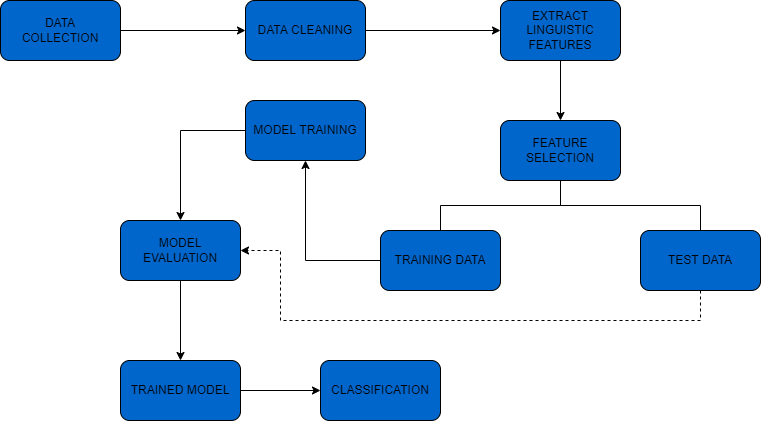
This is workflowfnd.png from Hemavardhini77/testing, a draw.io export, as it was before one commit. Source tidied: cells renumbered, new cells last; positions are measured from the earlier drawing's top-left corner, leaving out a move shared by most shapes. Source of this version:
```xml
<mxGraphModel>
  <root>
    <mxCell id="0" />
    <mxCell id="1" parent="0" />
    <mxCell id="2" style="edgeStyle=orthogonalEdgeStyle;rounded=0;jettySize=auto;html=1;exitX=1;exitY=0.5;exitDx=0;exitDy=0;entryX=0;entryY=0.5;entryDx=0;entryDy=0;endArrow=classic;endFill=1;" parent="1" edge="1" source="3" target="5">
      <mxGeometry relative="1" as="geometry" />
    </mxCell>
    <mxCell id="3" value="DATA&lt;br&gt;COLLECTION" style="rounded=1;whiteSpace=wrap;html=1;fillColor=#0066CC;" parent="1" vertex="1">
      <mxGeometry width="120" height="60" as="geometry" />
    </mxCell>
    <mxCell id="4" style="edgeStyle=orthogonalEdgeStyle;rounded=0;jettySize=auto;html=1;exitX=1;exitY=0.5;exitDx=0;exitDy=0;entryX=0;entryY=0.5;entryDx=0;entryDy=0;endArrow=classic;endFill=1;" parent="1" edge="1" source="5" target="7">
      <mxGeometry relative="1" as="geometry" />
    </mxCell>
    <mxCell id="5" value="DATA CLEANING" style="rounded=1;whiteSpace=wrap;html=1;fillColor=#0066CC;" parent="1" vertex="1">
      <mxGeometry x="245" width="120" height="60" as="geometry" />
    </mxCell>
    <mxCell id="6" style="edgeStyle=orthogonalEdgeStyle;rounded=0;jettySize=auto;html=1;exitX=0.5;exitY=1;exitDx=0;exitDy=0;entryX=0.5;entryY=0;entryDx=0;entryDy=0;endArrow=classic;endFill=1;" parent="1" edge="1" source="7" target="9">
      <mxGeometry relative="1" as="geometry" />
    </mxCell>
    <mxCell id="7" value="EXTRACT&lt;br&gt;LINGUISTIC&lt;br&gt;FEATURES" style="rounded=1;whiteSpace=wrap;html=1;fillColor=#0066CC;" parent="1" vertex="1">
      <mxGeometry x="500" width="120" height="60" as="geometry" />
    </mxCell>
    <mxCell id="8" style="edgeStyle=orthogonalEdgeStyle;rounded=0;jettySize=auto;html=1;endArrow=none;endFill=0;" parent="1" edge="1" source="9" target="11">
      <mxGeometry relative="1" as="geometry" />
    </mxCell>
    <mxCell id="9" value="FEATURE&lt;br&gt;SELECTION" style="rounded=1;whiteSpace=wrap;html=1;fillColor=#0066CC;" parent="1" vertex="1">
      <mxGeometry x="500" y="120" width="120" height="60" as="geometry" />
    </mxCell>
    <mxCell id="10" style="edgeStyle=orthogonalEdgeStyle;rounded=0;jettySize=auto;html=1;endArrow=classic;endFill=1;" parent="1" edge="1" source="11" target="16">
      <mxGeometry relative="1" as="geometry" />
    </mxCell>
    <mxCell id="11" value="TRAINING DATA" style="whiteSpace=wrap;html=1;rounded=1;fillColor=#0066CC;" parent="1" vertex="1">
      <mxGeometry x="380" y="230" width="120" height="60" as="geometry" />
    </mxCell>
    <mxCell id="12" style="edgeStyle=orthogonalEdgeStyle;rounded=0;jettySize=auto;html=1;exitX=0.5;exitY=0;exitDx=0;exitDy=0;entryX=0.5;entryY=1;entryDx=0;entryDy=0;endArrow=none;endFill=0;" parent="1" edge="1" source="14" target="9">
      <mxGeometry relative="1" as="geometry" />
    </mxCell>
    <mxCell id="13" style="edgeStyle=orthogonalEdgeStyle;rounded=0;jettySize=auto;html=1;endArrow=classic;endFill=1;dashed=1;" parent="1" edge="1" source="14">
      <mxGeometry relative="1" as="geometry">
        <mxPoint x="240" y="250" as="targetPoint" />
        <Array as="points">
          <mxPoint x="700" y="320" />
          <mxPoint x="280" y="320" />
          <mxPoint x="280" y="250" />
        </Array>
      </mxGeometry>
    </mxCell>
    <mxCell id="14" value="TEST DATA" style="rounded=1;whiteSpace=wrap;html=1;fillColor=#0066CC;" parent="1" vertex="1">
      <mxGeometry x="640" y="230" width="120" height="60" as="geometry" />
    </mxCell>
    <mxCell id="15" style="edgeStyle=orthogonalEdgeStyle;rounded=0;jettySize=auto;html=1;endArrow=classic;endFill=1;" parent="1" edge="1" source="16" target="18">
      <mxGeometry relative="1" as="geometry" />
    </mxCell>
    <mxCell id="16" value="MODEL TRAINING" style="whiteSpace=wrap;html=1;rounded=1;fillColor=#0066CC;" parent="1" vertex="1">
      <mxGeometry x="245" y="100" width="120" height="60" as="geometry" />
    </mxCell>
    <mxCell id="17" style="edgeStyle=orthogonalEdgeStyle;rounded=0;jettySize=auto;html=1;endArrow=classic;endFill=1;" parent="1" edge="1" source="18" target="20">
      <mxGeometry relative="1" as="geometry" />
    </mxCell>
    <mxCell id="18" value="MODEL EVALUATION" style="whiteSpace=wrap;html=1;rounded=1;fillColor=#0066CC;" parent="1" vertex="1">
      <mxGeometry x="120" y="220" width="120" height="60" as="geometry" />
    </mxCell>
    <mxCell id="19" style="edgeStyle=orthogonalEdgeStyle;rounded=0;jettySize=auto;html=1;endArrow=classic;endFill=1;" parent="1" edge="1" source="20" target="21">
      <mxGeometry relative="1" as="geometry" />
    </mxCell>
    <mxCell id="20" value="TRAINED MODEL" style="whiteSpace=wrap;html=1;rounded=1;fillColor=#0066CC;" parent="1" vertex="1">
      <mxGeometry x="120" y="360" width="120" height="60" as="geometry" />
    </mxCell>
    <mxCell id="21" value="CLASSIFICATION" style="whiteSpace=wrap;html=1;rounded=1;fillColor=#0066CC;" parent="1" vertex="1">
      <mxGeometry x="320" y="360" width="120" height="60" as="geometry" />
    </mxCell>
  </root>
</mxGraphModel>
```
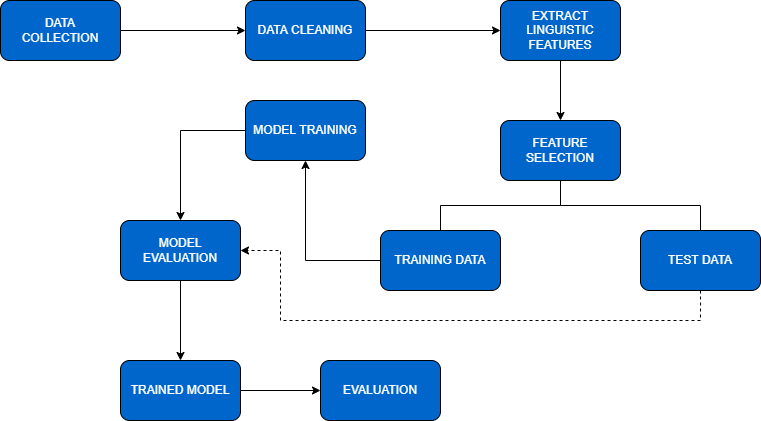
The same file after the commit.

The edit, as a diff of the source:
```diff
@@ -5,31 +5,31 @@
     <mxCell id="2" style="edgeStyle=orthogonalEdgeStyle;rounded=0;jettySize=auto;html=1;exitX=1;exitY=0.5;exitDx=0;exitDy=0;entryX=0;entryY=0.5;entryDx=0;entryDy=0;endArrow=classic;endFill=1;" parent="1" edge="1" source="3" target="5">
       <mxGeometry relative="1" as="geometry" />
     </mxCell>
-    <mxCell id="3" value="DATA&lt;br&gt;COLLECTION" style="rounded=1;whiteSpace=wrap;html=1;fillColor=#0066CC;" parent="1" vertex="1">
+    <mxCell id="3" value="DATA&lt;br&gt;COLLECTION" style="rounded=1;whiteSpace=wrap;html=1;fillColor=#0066CC;fontColor=#FFFFFF;" parent="1" vertex="1">
       <mxGeometry width="120" height="60" as="geometry" />
     </mxCell>
     <mxCell id="4" style="edgeStyle=orthogonalEdgeStyle;rounded=0;jettySize=auto;html=1;exitX=1;exitY=0.5;exitDx=0;exitDy=0;entryX=0;entryY=0.5;entryDx=0;entryDy=0;endArrow=classic;endFill=1;" parent="1" edge="1" source="5" target="7">
       <mxGeometry relative="1" as="geometry" />
     </mxCell>
-    <mxCell id="5" value="DATA CLEANING" style="rounded=1;whiteSpace=wrap;html=1;fillColor=#0066CC;" parent="1" vertex="1">
+    <mxCell id="5" value="DATA CLEANING" style="rounded=1;whiteSpace=wrap;html=1;fillColor=#0066CC;fontColor=#FFFFFF;" parent="1" vertex="1">
       <mxGeometry x="245" width="120" height="60" as="geometry" />
     </mxCell>
     <mxCell id="6" style="edgeStyle=orthogonalEdgeStyle;rounded=0;jettySize=auto;html=1;exitX=0.5;exitY=1;exitDx=0;exitDy=0;entryX=0.5;entryY=0;entryDx=0;entryDy=0;endArrow=classic;endFill=1;" parent="1" edge="1" source="7" target="9">
       <mxGeometry relative="1" as="geometry" />
     </mxCell>
-    <mxCell id="7" value="EXTRACT&lt;br&gt;LINGUISTIC&lt;br&gt;FEATURES" style="rounded=1;whiteSpace=wrap;html=1;fillColor=#0066CC;" parent="1" vertex="1">
+    <mxCell id="7" value="EXTRACT&lt;br&gt;LINGUISTIC&lt;br&gt;FEATURES" style="rounded=1;whiteSpace=wrap;html=1;fillColor=#0066CC;fontColor=#FFFFFF;" parent="1" vertex="1">
       <mxGeometry x="500" width="120" height="60" as="geometry" />
     </mxCell>
     <mxCell id="8" style="edgeStyle=orthogonalEdgeStyle;rounded=0;jettySize=auto;html=1;endArrow=none;endFill=0;" parent="1" edge="1" source="9" target="11">
       <mxGeometry relative="1" as="geometry" />
     </mxCell>
-    <mxCell id="9" value="FEATURE&lt;br&gt;SELECTION" style="rounded=1;whiteSpace=wrap;html=1;fillColor=#0066CC;" parent="1" vertex="1">
+    <mxCell id="9" value="FEATURE&lt;br&gt;SELECTION" style="rounded=1;whiteSpace=wrap;html=1;fillColor=#0066CC;fontColor=#FFFFFF;" parent="1" vertex="1">
       <mxGeometry x="500" y="120" width="120" height="60" as="geometry" />
     </mxCell>
     <mxCell id="10" style="edgeStyle=orthogonalEdgeStyle;rounded=0;jettySize=auto;html=1;endArrow=classic;endFill=1;" parent="1" edge="1" source="11" target="16">
       <mxGeometry relative="1" as="geometry" />
     </mxCell>
-    <mxCell id="11" value="TRAINING DATA" style="whiteSpace=wrap;html=1;rounded=1;fillColor=#0066CC;" parent="1" vertex="1">
+    <mxCell id="11" value="TRAINING DATA" style="whiteSpace=wrap;html=1;rounded=1;fillColor=#0066CC;fontColor=#FFFFFF;" parent="1" vertex="1">
       <mxGeometry x="380" y="230" width="120" height="60" as="geometry" />
     </mxCell>
     <mxCell id="12" style="edgeStyle=orthogonalEdgeStyle;rounded=0;jettySize=auto;html=1;exitX=0.5;exitY=0;exitDx=0;exitDy=0;entryX=0.5;entryY=1;entryDx=0;entryDy=0;endArrow=none;endFill=0;" parent="1" edge="1" source="14" target="9">
@@ -45,28 +45,28 @@
         </Array>
       </mxGeometry>
     </mxCell>
-    <mxCell id="14" value="TEST DATA" style="rounded=1;whiteSpace=wrap;html=1;fillColor=#0066CC;" parent="1" vertex="1">
+    <mxCell id="14" value="TEST DATA" style="rounded=1;whiteSpace=wrap;html=1;fillColor=#0066CC;fontColor=#FFFFFF;" parent="1" vertex="1">
       <mxGeometry x="640" y="230" width="120" height="60" as="geometry" />
     </mxCell>
     <mxCell id="15" style="edgeStyle=orthogonalEdgeStyle;rounded=0;jettySize=auto;html=1;endArrow=classic;endFill=1;" parent="1" edge="1" source="16" target="18">
       <mxGeometry relative="1" as="geometry" />
     </mxCell>
-    <mxCell id="16" value="MODEL TRAINING" style="whiteSpace=wrap;html=1;rounded=1;fillColor=#0066CC;" parent="1" vertex="1">
+    <mxCell id="16" value="MODEL TRAINING" style="whiteSpace=wrap;html=1;rounded=1;fillColor=#0066CC;fontColor=#FFFFFF;" parent="1" vertex="1">
       <mxGeometry x="245" y="100" width="120" height="60" as="geometry" />
     </mxCell>
     <mxCell id="17" style="edgeStyle=orthogonalEdgeStyle;rounded=0;jettySize=auto;html=1;endArrow=classic;endFill=1;" parent="1" edge="1" source="18" target="20">
       <mxGeometry relative="1" as="geometry" />
     </mxCell>
-    <mxCell id="18" value="MODEL EVALUATION" style="whiteSpace=wrap;html=1;rounded=1;fillColor=#0066CC;" parent="1" vertex="1">
+    <mxCell id="18" value="MODEL EVALUATION" style="whiteSpace=wrap;html=1;rounded=1;fillColor=#0066CC;fontColor=#FFFFFF;" parent="1" vertex="1">
       <mxGeometry x="120" y="220" width="120" height="60" as="geometry" />
     </mxCell>
     <mxCell id="19" style="edgeStyle=orthogonalEdgeStyle;rounded=0;jettySize=auto;html=1;endArrow=classic;endFill=1;" parent="1" edge="1" source="20" target="21">
       <mxGeometry relative="1" as="geometry" />
     </mxCell>
-    <mxCell id="20" value="TRAINED MODEL" style="whiteSpace=wrap;html=1;rounded=1;fillColor=#0066CC;" parent="1" vertex="1">
+    <mxCell id="20" value="TRAINED MODEL" style="whiteSpace=wrap;html=1;rounded=1;fillColor=#0066CC;fontColor=#FFFFFF;" parent="1" vertex="1">
       <mxGeometry x="120" y="360" width="120" height="60" as="geometry" />
     </mxCell>
-    <mxCell id="21" value="CLASSIFICATION" style="whiteSpace=wrap;html=1;rounded=1;fillColor=#0066CC;" parent="1" vertex="1">
+    <mxCell id="21" value="EVALUATION" style="whiteSpace=wrap;html=1;rounded=1;fillColor=#0066CC;fontColor=#FFFFFF;" parent="1" vertex="1">
       <mxGeometry x="320" y="360" width="120" height="60" as="geometry" />
     </mxCell>
   </root>
```
